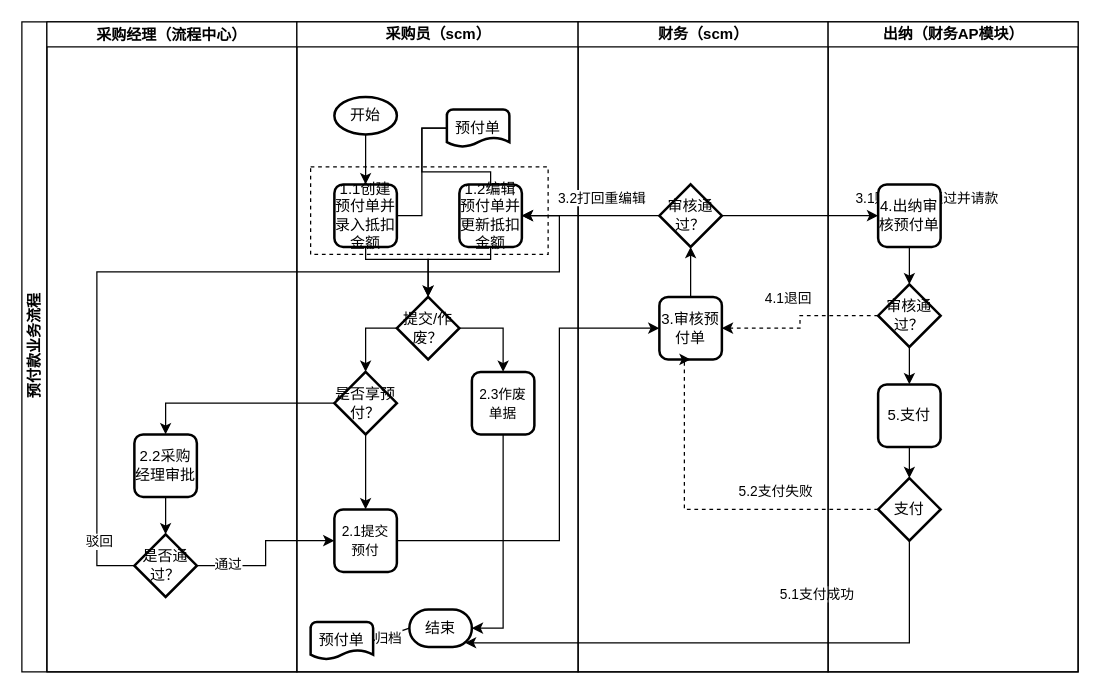
Above: page "预付业务流程" (1 of 4) of 预付流程.drawio in clinkz/whatgithubis (draw.io), before the change. Source tidied: cells renumbered, new cells numbered last; positions are measured from the earlier drawing's top-left corner, leaving out a move shared by most shapes. Both pictures are drawn from the tidied source at 125%, with x=0, y=0 at pixel (21, 21).
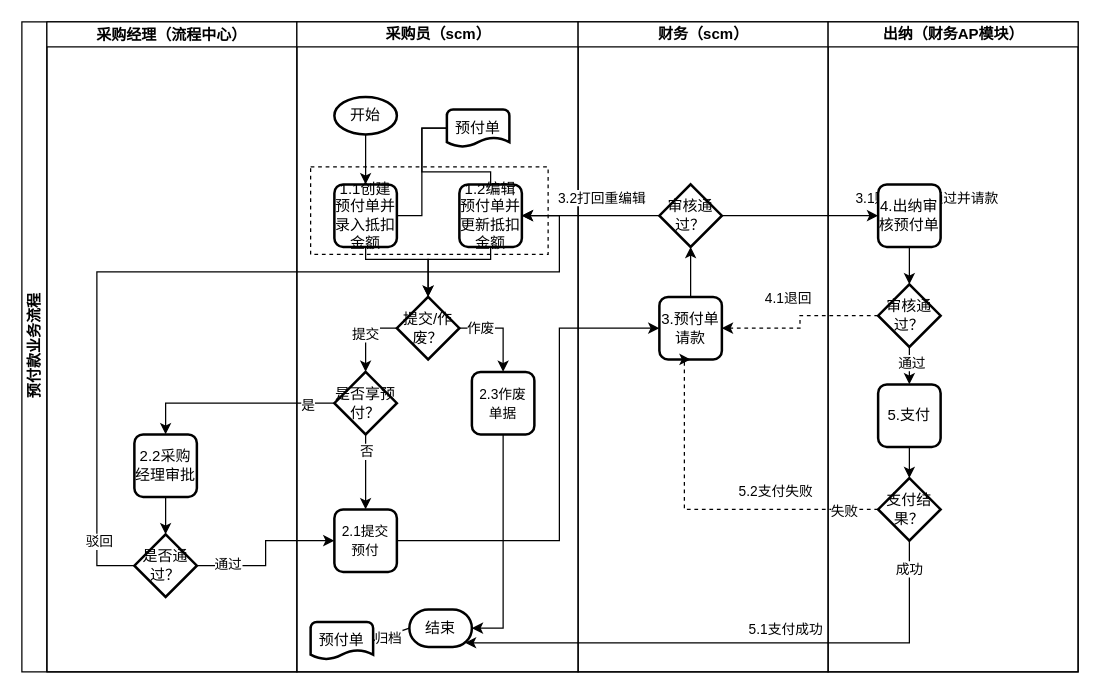
After the change.

Unchanged cells that the change refers to:
```xml
<mxCell id="7" value="采购员（scm）" style="swimlane;html=1;startSize=20;" parent="2" vertex="1">
  <mxGeometry x="220" width="225" height="520" as="geometry" />
</mxCell>
<mxCell id="17" style="edgeStyle=orthogonalEdgeStyle;rounded=0;jettySize=auto;html=1;entryX=0.5;entryY=0;entryDx=0;entryDy=0;" parent="7" edge="1" source="19" target="25">
  <mxGeometry relative="1" as="geometry" />
</mxCell>
<mxCell id="19" value="提交/作废？" style="strokeWidth=2;html=1;shape=mxgraph.flowchart.decision;whiteSpace=wrap;" parent="7" vertex="1">
  <mxGeometry x="80" y="220" width="50" height="50" as="geometry" />
</mxCell>
<mxCell id="26" style="edgeStyle=none;rounded=0;jettySize=auto;html=1;fontColor=#000000;startArrow=none;startFill=0;endArrow=classic;endFill=1;strokeColor=#000000;" parent="7" edge="1" source="27" target="23">
  <mxGeometry relative="1" as="geometry" />
</mxCell>
<mxCell id="27" value="是否享预付？" style="strokeWidth=2;html=1;shape=mxgraph.flowchart.decision;whiteSpace=wrap;" parent="7" vertex="1">
  <mxGeometry x="30" y="280" width="50" height="50" as="geometry" />
</mxCell>
<mxCell id="31" value="财务（scm）" style="swimlane;html=1;startSize=20;" parent="2" vertex="1">
  <mxGeometry x="445" width="200" height="520" as="geometry" />
</mxCell>
<mxCell id="39" style="edgeStyle=orthogonalEdgeStyle;rounded=0;jettySize=auto;html=1;exitX=0.5;exitY=1;exitDx=0;exitDy=0;exitPerimeter=0;entryX=0.11;entryY=0.11;entryDx=0;entryDy=0;entryPerimeter=0;" parent="2" edge="1" source="44" target="14">
  <mxGeometry relative="1" as="geometry">
    <Array as="points">
      <mxPoint x="710" y="497" />
    </Array>
  </mxGeometry>
</mxCell>
<mxCell id="41" style="edgeStyle=orthogonalEdgeStyle;rounded=0;jettySize=auto;html=1;entryX=0.5;entryY=1;entryDx=0;entryDy=0;exitX=0;exitY=0.5;exitDx=0;exitDy=0;exitPerimeter=0;dashed=1;" parent="2" edge="1" source="44" target="33">
  <mxGeometry relative="1" as="geometry">
    <Array as="points">
      <mxPoint x="530" y="390" />
      <mxPoint x="530" y="270" />
    </Array>
  </mxGeometry>
</mxCell>
<mxCell id="43" value="出纳（财务AP模块）" style="swimlane;html=1;startSize=20;" parent="2" vertex="1">
  <mxGeometry x="645" width="200" height="520" as="geometry" />
</mxCell>
<mxCell id="47" style="edgeStyle=orthogonalEdgeStyle;rounded=0;jettySize=auto;html=1;entryX=0.5;entryY=0;entryDx=0;entryDy=0;endArrow=classic;endFill=1;" parent="43" edge="1" source="48" target="50">
  <mxGeometry relative="1" as="geometry" />
</mxCell>
<mxCell id="54" style="edgeStyle=orthogonalEdgeStyle;rounded=0;jettySize=auto;html=1;entryX=0.5;entryY=0;entryDx=0;entryDy=0;fontColor=#000000;startArrow=none;startFill=0;endArrow=classic;endFill=1;strokeColor=#000000;" parent="2" edge="1" source="27" target="5">
  <mxGeometry relative="1" as="geometry" />
</mxCell>
```

Change to the diagram source:
```diff
@@
+    <mxCell id="59" value="作废" style="edgeLabel;html=1;align=center;verticalAlign=middle;fontColor=#000000;" parent="17" vertex="1">
+      <mxGeometry x="-0.54" y="1" relative="1" as="geometry" />
+    </mxCell>
-    <mxCell id="18" style="edgeStyle=orthogonalEdgeStyle;rounded=0;jettySize=auto;html=1;entryX=0.5;entryY=0;entryDx=0;entryDy=0;entryPerimeter=0;fontColor=#000000;startArrow=none;startFill=0;endArrow=classic;endFill=1;strokeColor=#000000;exitX=0;exitY=0.5;exitDx=0;exitDy=0;exitPerimeter=0;" parent="7" edge="1" source="19" target="27">
+    <mxCell id="18" value="提交" style="edgeStyle=orthogonalEdgeStyle;rounded=0;jettySize=auto;html=1;entryX=0.5;entryY=0;entryDx=0;entryDy=0;entryPerimeter=0;fontColor=#000000;startArrow=none;startFill=0;endArrow=classic;endFill=1;strokeColor=#000000;exitX=0;exitY=0.5;exitDx=0;exitDy=0;exitPerimeter=0;" parent="7" edge="1" source="19" target="27">
       <mxGeometry relative="1" as="geometry" />
     </mxCell>
@@
+    <mxCell id="60" value="否" style="edgeLabel;html=1;align=center;verticalAlign=middle;fontColor=#000000;" parent="26" vertex="1">
+      <mxGeometry x="-0.57" relative="1" as="geometry" />
+    </mxCell>
@@
-    <mxCell id="33" value="3.审核预付单" style="rounded=1;whiteSpace=wrap;html=1;absoluteArcSize=1;arcSize=14;strokeWidth=2;" parent="31" vertex="1">
+    <mxCell id="33" value="3.预付单请款" style="rounded=1;whiteSpace=wrap;html=1;absoluteArcSize=1;arcSize=14;strokeWidth=2;" parent="31" vertex="1">
       <mxGeometry x="65" y="220" width="50" height="50" as="geometry" />
     </mxCell>
@@
     <mxCell id="40" value="5.1支付成功" style="edgeLabel;html=1;align=center;verticalAlign=middle;" parent="39" vertex="1">
       <mxGeometry x="-0.78" y="-4" relative="1" as="geometry">
-        <mxPoint x="-71" y="-6" as="offset" />
+        <mxPoint x="-96" y="22" as="offset" />
       </mxGeometry>
     </mxCell>
+    <mxCell id="61" value="成功" style="edgeLabel;html=1;align=center;verticalAlign=middle;fontColor=#000000;" parent="39" vertex="1">
+      <mxGeometry x="-0.9" y="-1" relative="1" as="geometry" />
+    </mxCell>
@@
+    <mxCell id="62" value="失败" style="edgeLabel;html=1;align=center;verticalAlign=middle;fontColor=#000000;" parent="41" vertex="1">
+      <mxGeometry x="-0.8" y="1" relative="1" as="geometry" />
+    </mxCell>
@@
-    <mxCell id="44" value="支付" style="strokeWidth=2;html=1;shape=mxgraph.flowchart.decision;whiteSpace=wrap;" parent="43" vertex="1">
+    <mxCell id="44" value="支付结果？" style="strokeWidth=2;html=1;shape=mxgraph.flowchart.decision;whiteSpace=wrap;" parent="43" vertex="1">
       <mxGeometry x="40" y="365" width="50" height="50" as="geometry" />
     </mxCell>
@@
+    <mxCell id="63" value="通过" style="edgeLabel;html=1;align=center;verticalAlign=middle;fontColor=#000000;" parent="47" vertex="1">
+      <mxGeometry x="0.28" y="1" relative="1" as="geometry" />
+    </mxCell>
@@
+    <mxCell id="64" value="是" style="edgeLabel;html=1;align=center;verticalAlign=middle;fontColor=#000000;" parent="54" vertex="1">
+      <mxGeometry x="-0.72" y="1" relative="1" as="geometry" />
+    </mxCell>
```
